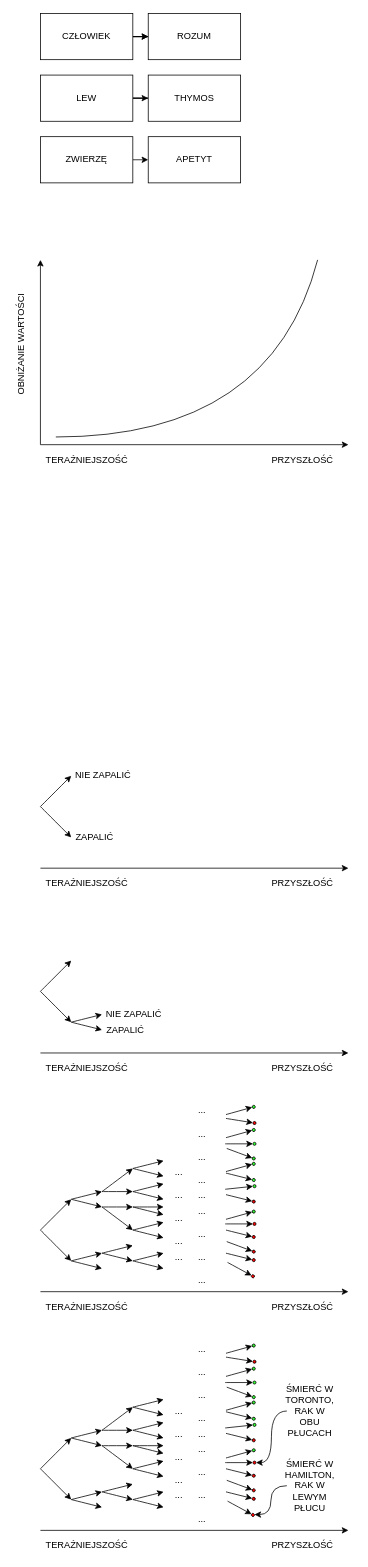
Earlier version of the draw.io diagram images/Untitled Diagram.drawio (lyckantropen/awakening-pl). Source tidied: cells renumbered, new cells numbered last; positions are measured from the earlier drawing's top-left corner, leaving out a move shared by most shapes. Both pictures are drawn from the tidied source at 77%, with x=0, y=0 at pixel (-37, 13).
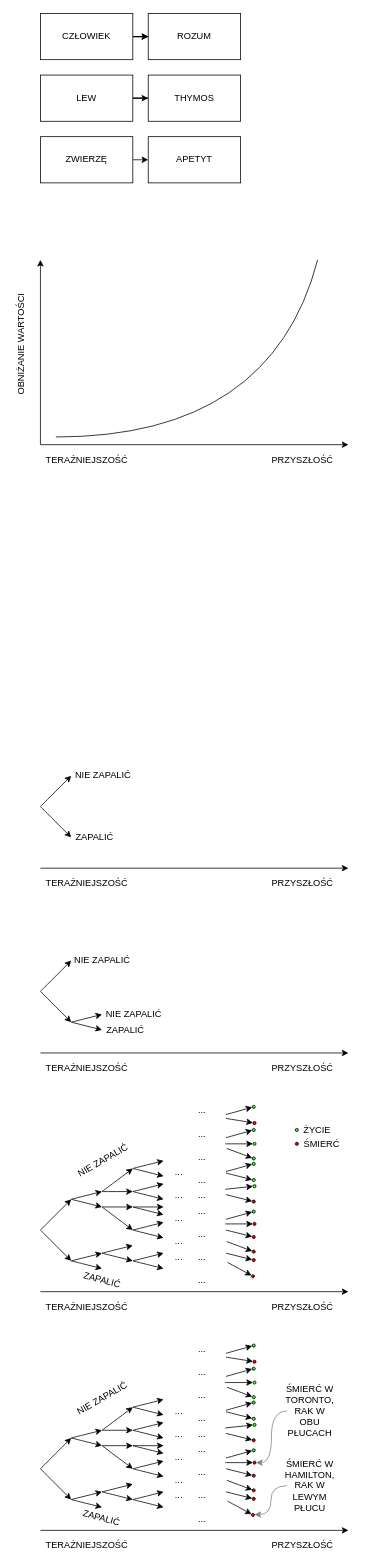
After the change.

Unchanged cells that the change refers to:
```xml
<mxCell id="89" style="ellipse;whiteSpace=wrap;html=1;fillColor=#FF0000;gradientColor=none;rotation=0;" parent="87" vertex="1">
  <mxGeometry x="36" width="4" height="4" as="geometry" />
</mxCell>
<mxCell id="101" style="ellipse;whiteSpace=wrap;html=1;fillColor=#FF0000;gradientColor=none;rotation=30;" parent="99" vertex="1">
  <mxGeometry x="34" y="8" width="4" height="4" as="geometry" />
</mxCell>
<mxCell id="103" value="ŚMIERĆ W HAMILTON, RAK W LEWYM PŁUCU" style="text;html=1;strokeColor=none;fillColor=none;align=center;verticalAlign=middle;whiteSpace=wrap;rounded=0;" parent="1" vertex="1">
  <mxGeometry x="420" y="1897" width="60" height="30" as="geometry" />
</mxCell>
<mxCell id="205" value="ŚMIERĆ W TORONTO,&lt;br&gt;RAK W OBU PŁUCACH" style="text;html=1;strokeColor=none;fillColor=none;align=center;verticalAlign=middle;whiteSpace=wrap;rounded=0;" parent="1" vertex="1">
  <mxGeometry x="420" y="1800" width="60" height="30" as="geometry" />
</mxCell>
```

What changed in the source:
```diff
@@
-    <mxCell id="102" style="edgeStyle=orthogonalEdgeStyle;curved=1;jettySize=auto;html=1;entryX=1;entryY=0;entryDx=0;entryDy=0;" parent="1" edge="1" source="103" target="101">
+    <mxCell id="102" style="edgeStyle=orthogonalEdgeStyle;curved=1;jettySize=auto;html=1;entryX=1;entryY=0;entryDx=0;entryDy=0;strokeColor=#808080;" parent="1" edge="1" source="103" target="101">
       <mxGeometry x="80" y="1760" as="geometry" />
     </mxCell>
@@
-    <mxCell id="204" style="edgeStyle=orthogonalEdgeStyle;curved=1;jettySize=auto;html=1;entryX=1;entryY=0.5;entryDx=0;entryDy=0;" parent="1" edge="1" source="205" target="89">
+    <mxCell id="204" style="edgeStyle=orthogonalEdgeStyle;curved=1;jettySize=auto;html=1;entryX=1;entryY=0.5;entryDx=0;entryDy=0;strokeColor=#808080;" parent="1" edge="1" source="205" target="89">
       <mxGeometry relative="1" as="geometry" />
     </mxCell>
@@
+    <mxCell id="206" style="ellipse;whiteSpace=wrap;html=1;fillColor=#33FF33;gradientColor=none;rotation=0;" parent="1" vertex="1">
+      <mxGeometry x="431" y="1448" width="4" height="4" as="geometry" />
+    </mxCell>
+    <mxCell id="207" style="ellipse;whiteSpace=wrap;html=1;fillColor=#FF0000;gradientColor=none;rotation=10;" parent="1" vertex="1">
+      <mxGeometry x="431" y="1466" width="4" height="4" as="geometry" />
+    </mxCell>
+    <mxCell id="208" value="ŻYCIE" style="text;html=1;align=center;verticalAlign=middle;strokeColor=none;fillColor=none;" parent="1" vertex="1">
+      <mxGeometry x="434" y="1440" width="50" height="20" as="geometry" />
+    </mxCell>
+    <mxCell id="209" value="ŚMIERĆ" style="text;html=1;align=center;verticalAlign=middle;strokeColor=none;fillColor=none;" parent="1" vertex="1">
+      <mxGeometry x="435" y="1458" width="60" height="20" as="geometry" />
+    </mxCell>
+    <mxCell id="210" value="NIE ZAPALIĆ" style="text;html=1;align=center;verticalAlign=middle;strokeColor=none;fillColor=none;rotation=-30;" parent="1" vertex="1">
+      <mxGeometry x="136" y="1480" width="90" height="20" as="geometry" />
+    </mxCell>
+    <mxCell id="211" value="ZAPALIĆ" style="text;html=1;align=center;verticalAlign=middle;strokeColor=none;fillColor=none;rotation=15;" parent="1" vertex="1">
+      <mxGeometry x="150" y="1635" width="60" height="20" as="geometry" />
+    </mxCell>
+    <mxCell id="212" value="NIE ZAPALIĆ" style="text;html=1;align=center;verticalAlign=middle;strokeColor=none;fillColor=none;rotation=-30;" parent="1" vertex="1">
+      <mxGeometry x="135" y="1789" width="90" height="20" as="geometry" />
+    </mxCell>
+    <mxCell id="213" value="ZAPALIĆ" style="text;html=1;align=center;verticalAlign=middle;strokeColor=none;fillColor=none;rotation=15;" parent="1" vertex="1">
+      <mxGeometry x="149" y="1944" width="60" height="20" as="geometry" />
+    </mxCell>
+    <mxCell id="214" value="NIE ZAPALIĆ" style="text;html=1;align=center;verticalAlign=middle;strokeColor=none;fillColor=none;" parent="1" vertex="1">
+      <mxGeometry x="135" y="1220" width="90" height="20" as="geometry" />
+    </mxCell>
```
